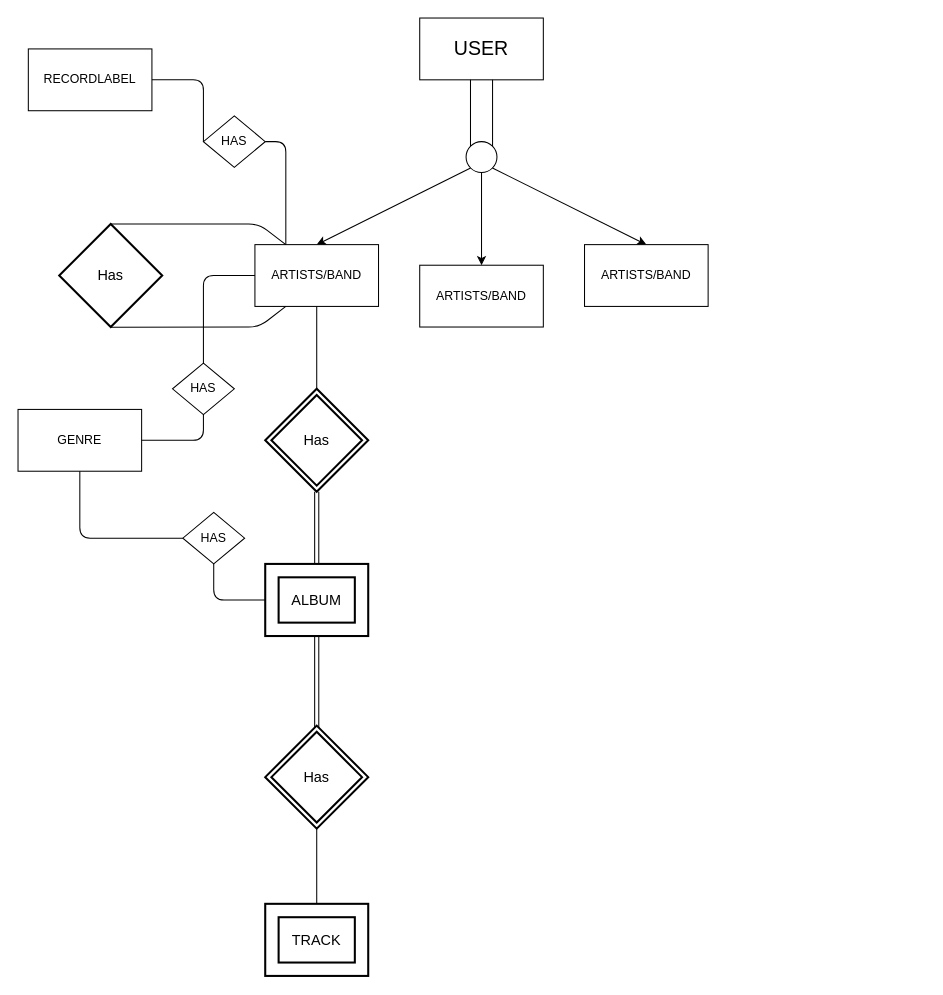
This is Untitled Diagram.drawio from Arianshh/Music_Database, a draw.io file, before an edit. Source tidied: cells renumbered, new cells numbered last; positions are measured from the earlier drawing's top-left corner, leaving out a move shared by most shapes. Both pictures are drawn from the tidied source at 103%, with x=0, y=0 at pixel (18, 18).
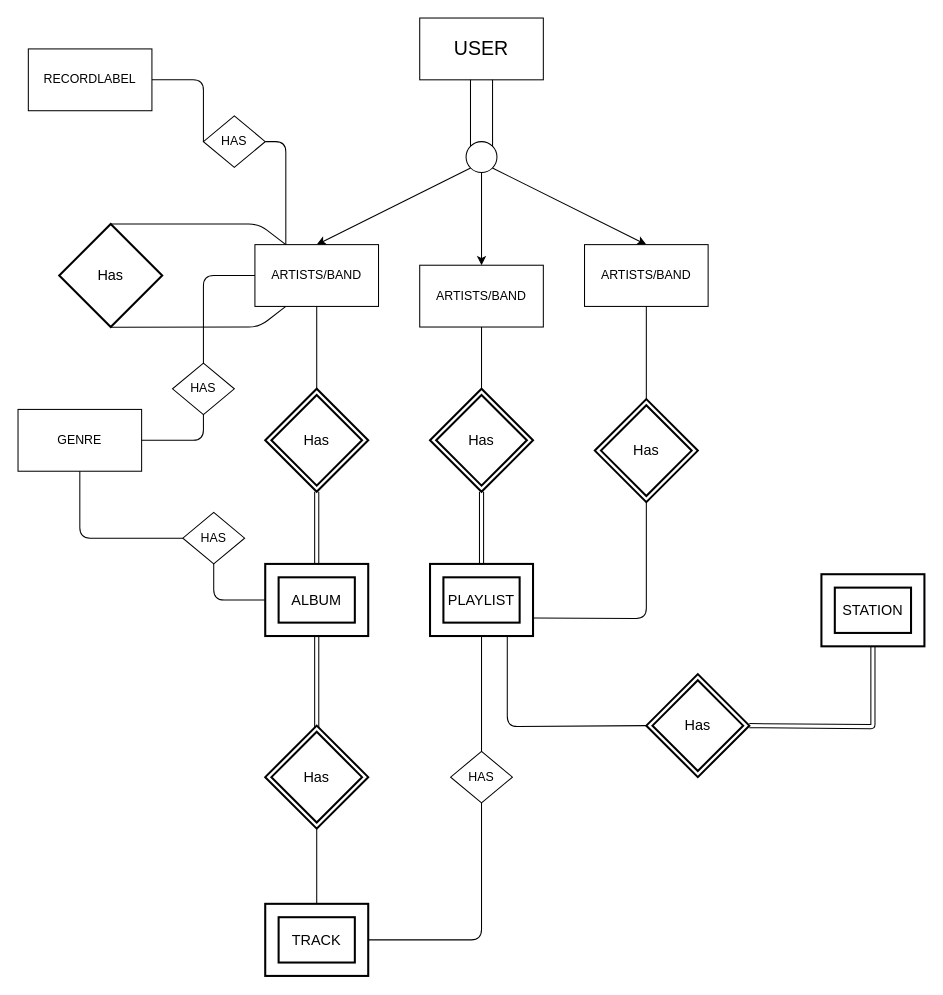
Above is the later version.

Commit message:
Update Music-Project Diagram

Unchanged cells that the change refers to:
```xml
<mxCell id="9" value="ARTISTS/BAND" style="rounded=0;whiteSpace=wrap;html=1;" parent="1" vertex="1">
  <mxGeometry x="390" y="240" width="120" height="60" as="geometry" />
</mxCell>
<mxCell id="10" value="ARTISTS/BAND" style="rounded=0;whiteSpace=wrap;html=1;" parent="1" vertex="1">
  <mxGeometry x="550" y="220" width="120" height="60" as="geometry" />
</mxCell>
<mxCell id="20" value="TRACK" style="shape=ext;strokeWidth=2;margin=10;double=1;whiteSpace=wrap;html=1;align=center;fontSize=14;" parent="1" vertex="1">
  <mxGeometry x="240" y="860" width="100" height="70" as="geometry" />
</mxCell>
```

What changed in the source:
```diff
@@
+    <mxCell id="33" value="PLAYLIST" style="shape=ext;strokeWidth=2;margin=10;double=1;whiteSpace=wrap;html=1;align=center;fontSize=14;" parent="1" vertex="1">
+      <mxGeometry x="400" y="530" width="100" height="70" as="geometry" />
+    </mxCell>
+    <mxCell id="34" value="Has" style="shape=rhombus;double=1;strokeWidth=2;fontSize=17;perimeter=rhombusPerimeter;whiteSpace=wrap;html=1;align=center;fontSize=14;" parent="1" vertex="1">
+      <mxGeometry x="400" y="360" width="100" height="100" as="geometry" />
+    </mxCell>
+    <mxCell id="35" style="endArrow=none;html=1;entryX=0.5;entryY=1;entryDx=0;entryDy=0;exitX=0.5;exitY=0;exitDx=0;exitDy=0;" parent="1" edge="1" source="34" target="9">
+      <mxGeometry relative="1" as="geometry" />
+    </mxCell>
+    <mxCell id="36" style="shape=link;html=1;entryX=0.5;entryY=1;entryDx=0;entryDy=0;exitX=0.5;exitY=0;exitDx=0;exitDy=0;" parent="1" edge="1" source="33" target="34">
+      <mxGeometry relative="1" as="geometry" />
+    </mxCell>
+    <mxCell id="37" value="HAS" style="rhombus;whiteSpace=wrap;html=1;" parent="1" vertex="1">
+      <mxGeometry x="420" y="712" width="60" height="50" as="geometry" />
+    </mxCell>
+    <mxCell id="38" style="endArrow=none;html=1;exitX=1;exitY=0.5;exitDx=0;exitDy=0;entryX=0.5;entryY=1;entryDx=0;entryDy=0;" parent="1" edge="1" source="20" target="37">
+      <mxGeometry relative="1" as="geometry">
+        <Array as="points">
+          <mxPoint x="450" y="895" />
+        </Array>
+      </mxGeometry>
+    </mxCell>
+    <mxCell id="39" style="endArrow=none;html=1;entryX=0.5;entryY=1;entryDx=0;entryDy=0;exitX=0.5;exitY=0;exitDx=0;exitDy=0;" parent="1" edge="1" source="37" target="33">
+      <mxGeometry relative="1" as="geometry" />
+    </mxCell>
+    <mxCell id="40" value="Has" style="shape=rhombus;double=1;strokeWidth=2;fontSize=17;perimeter=rhombusPerimeter;whiteSpace=wrap;html=1;align=center;fontSize=14;" parent="1" vertex="1">
+      <mxGeometry x="560" y="370" width="100" height="100" as="geometry" />
+    </mxCell>
+    <mxCell id="41" style="endArrow=none;html=1;entryX=0.5;entryY=1;entryDx=0;entryDy=0;exitX=0.5;exitY=0;exitDx=0;exitDy=0;" parent="1" edge="1" source="40" target="10">
+      <mxGeometry relative="1" as="geometry" />
+    </mxCell>
+    <mxCell id="42" style="endArrow=none;html=1;exitX=1;exitY=0.75;exitDx=0;exitDy=0;entryX=0.5;entryY=1;entryDx=0;entryDy=0;" parent="1" edge="1" source="33" target="40">
+      <mxGeometry relative="1" as="geometry">
+        <Array as="points">
+          <mxPoint x="610" y="583" />
+        </Array>
+      </mxGeometry>
+    </mxCell>
+    <mxCell id="43" value="Has" style="shape=rhombus;double=1;strokeWidth=2;fontSize=17;perimeter=rhombusPerimeter;whiteSpace=wrap;html=1;align=center;fontSize=14;" parent="1" vertex="1">
+      <mxGeometry x="610" y="637" width="100" height="100" as="geometry" />
+    </mxCell>
+    <mxCell id="44" value="STATION" style="shape=ext;strokeWidth=2;margin=10;double=1;whiteSpace=wrap;html=1;align=center;fontSize=14;" parent="1" vertex="1">
+      <mxGeometry x="780" y="540" width="100" height="70" as="geometry" />
+    </mxCell>
+    <mxCell id="45" style="endArrow=none;html=1;entryX=0.75;entryY=1;entryDx=0;entryDy=0;exitX=0;exitY=0.5;exitDx=0;exitDy=0;" parent="1" edge="1" source="43" target="33">
+      <mxGeometry relative="1" as="geometry">
+        <Array as="points">
+          <mxPoint x="475" y="688" />
+        </Array>
+      </mxGeometry>
+    </mxCell>
+    <mxCell id="46" style="shape=link;html=1;entryX=0.5;entryY=1;entryDx=0;entryDy=0;exitX=1;exitY=0.5;exitDx=0;exitDy=0;" parent="1" edge="1" source="43" target="44">
+      <mxGeometry relative="1" as="geometry">
+        <Array as="points">
+          <mxPoint x="830" y="688" />
+        </Array>
+      </mxGeometry>
+    </mxCell>
```
